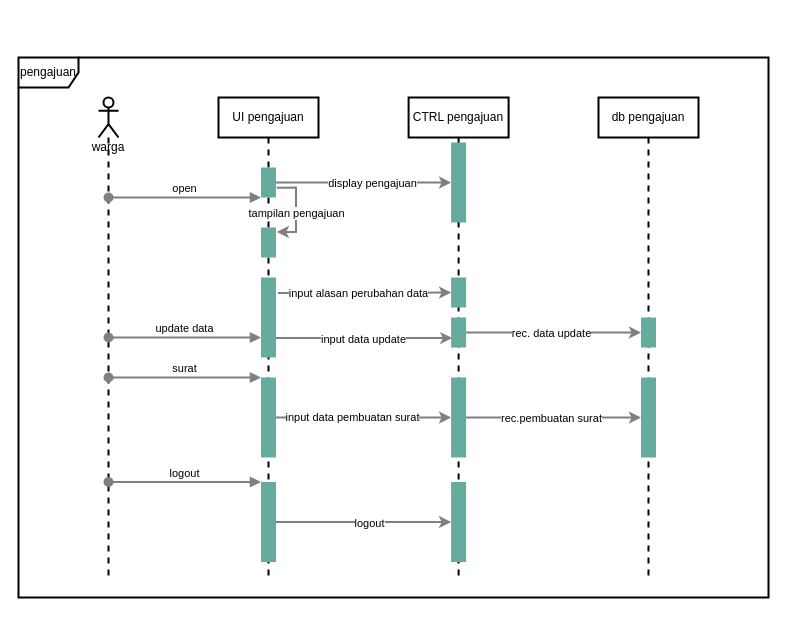
Before: pengajuan Diagram.drawio in novianh/desain-dan-analis-sistem, a draw.io diagram. Source tidied: cells renumbered, new cells numbered last; positions are measured from the earlier drawing's top-left corner, leaving out a move shared by most shapes. Both pictures are drawn from the tidied source at 100%, with x=0, y=0 at pixel (18, 57).
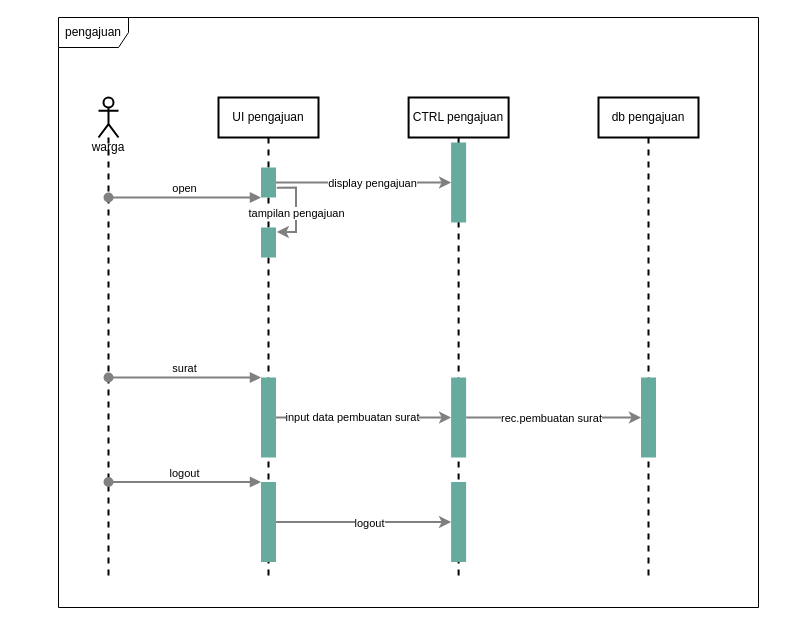
After the change.

The change refers to these unchanged cells:
```xml
<mxCell id="3" value="warga" style="shape=umlLifeline;participant=umlActor;perimeter=lifelinePerimeter;whiteSpace=wrap;html=1;verticalAlign=top;spacingTop=36;outlineConnect=0;size=40;strokeWidth=2;" parent="1" vertex="1">
  <mxGeometry x="80" y="40" width="20" height="480" as="geometry" />
</mxCell>
<mxCell id="4" value="UI pengajuan" style="shape=umlLifeline;perimeter=lifelinePerimeter;whiteSpace=wrap;html=1;strokeWidth=2;" parent="1" vertex="1">
  <mxGeometry x="200" y="40" width="100" height="480" as="geometry" />
</mxCell>
<mxCell id="12" value="CTRL pengajuan" style="shape=umlLifeline;perimeter=lifelinePerimeter;whiteSpace=wrap;html=1;strokeWidth=2;" parent="1" vertex="1">
  <mxGeometry x="390.1" y="40" width="100" height="480" as="geometry" />
</mxCell>
<mxCell id="17" value="db pengajuan" style="shape=umlLifeline;perimeter=lifelinePerimeter;whiteSpace=wrap;html=1;strokeWidth=2;" parent="1" vertex="1">
  <mxGeometry x="580" y="40" width="100" height="480" as="geometry" />
</mxCell>
```

The edit, as a diff of the source:
```diff
@@
-    <mxCell id="2" value="pengajuan" style="shape=umlFrame;whiteSpace=wrap;html=1;strokeWidth=2;" parent="1" vertex="1">
-      <mxGeometry width="750" height="540" as="geometry" />
-    </mxCell>
@@
-    <mxCell id="9" style="html=1;points=[];perimeter=orthogonalPerimeter;strokeWidth=2;fillColor=#67AB9F;strokeColor=none;" parent="4" vertex="1">
-      <mxGeometry x="42.5" y="180" width="15" height="80" as="geometry" />
-    </mxCell>
@@
-    <mxCell id="13" style="html=1;points=[];perimeter=orthogonalPerimeter;strokeWidth=2;fillColor=#67AB9F;strokeColor=none;" parent="12" vertex="1">
-      <mxGeometry x="42.5" y="180" width="15" height="30" as="geometry" />
-    </mxCell>
-    <mxCell id="14" style="html=1;points=[];perimeter=orthogonalPerimeter;strokeWidth=2;fillColor=#67AB9F;strokeColor=none;" parent="12" vertex="1">
-      <mxGeometry x="42.5" y="220" width="15" height="30" as="geometry" />
-    </mxCell>
@@
-    <mxCell id="18" style="html=1;points=[];perimeter=orthogonalPerimeter;strokeWidth=2;fillColor=#67AB9F;strokeColor=none;" parent="17" vertex="1">
-      <mxGeometry x="42.5" y="220" width="15" height="30" as="geometry" />
-    </mxCell>
@@
-    <mxCell id="24" value="update data" style="html=1;verticalAlign=bottom;startArrow=oval;endArrow=block;startSize=8;strokeColor=#808080;strokeWidth=2;" parent="1" edge="1" source="3" target="9">
-      <mxGeometry relative="1" as="geometry" />
-    </mxCell>
-    <mxCell id="25" style="edgeStyle=orthogonalEdgeStyle;rounded=0;jettySize=auto;html=1;strokeColor=#808080;strokeWidth=2;exitX=1.127;exitY=0.195;exitDx=0;exitDy=0;exitPerimeter=0;" parent="1" edge="1" source="9" target="13">
-      <mxGeometry relative="1" as="geometry" />
-    </mxCell>
-    <mxCell id="26" value="input alasan perubahan data" style="edgeLabel;html=1;align=center;verticalAlign=middle;" parent="25" vertex="1">
-      <mxGeometry x="-0.25" y="1" relative="1" as="geometry">
-        <mxPoint x="15.4" y="1" as="offset" />
-      </mxGeometry>
-    </mxCell>
-    <mxCell id="27" style="edgeStyle=orthogonalEdgeStyle;rounded=0;jettySize=auto;html=1;strokeColor=#808080;strokeWidth=2;exitX=0.98;exitY=0.757;exitDx=0;exitDy=0;exitPerimeter=0;entryX=0.08;entryY=0.687;entryDx=0;entryDy=0;entryPerimeter=0;" parent="1" edge="1" source="9" target="14">
-      <mxGeometry relative="1" as="geometry" />
-    </mxCell>
-    <mxCell id="28" value="input data update" style="edgeLabel;html=1;align=center;verticalAlign=middle;" parent="27" vertex="1">
-      <mxGeometry x="-0.13" y="-1" relative="1" as="geometry">
-        <mxPoint x="10.6" as="offset" />
-      </mxGeometry>
-    </mxCell>
-    <mxCell id="29" style="edgeStyle=orthogonalEdgeStyle;rounded=0;jettySize=auto;html=1;strokeColor=#808080;strokeWidth=2;" parent="1" edge="1" source="14" target="18">
-      <mxGeometry relative="1" as="geometry" />
-    </mxCell>
-    <mxCell id="30" value="rec. data update" style="edgeLabel;html=1;align=center;verticalAlign=middle;" parent="29" vertex="1">
-      <mxGeometry x="0.18" relative="1" as="geometry">
-        <mxPoint x="-18.6" as="offset" />
-      </mxGeometry>
-    </mxCell>
@@
+    <mxCell id="2" value="pengajuan" style="shape=umlFrame;whiteSpace=wrap;html=1;width=70;height=30;" parent="1" vertex="1">
+      <mxGeometry x="40" y="-40" width="700" height="590" as="geometry" />
+    </mxCell>
```
